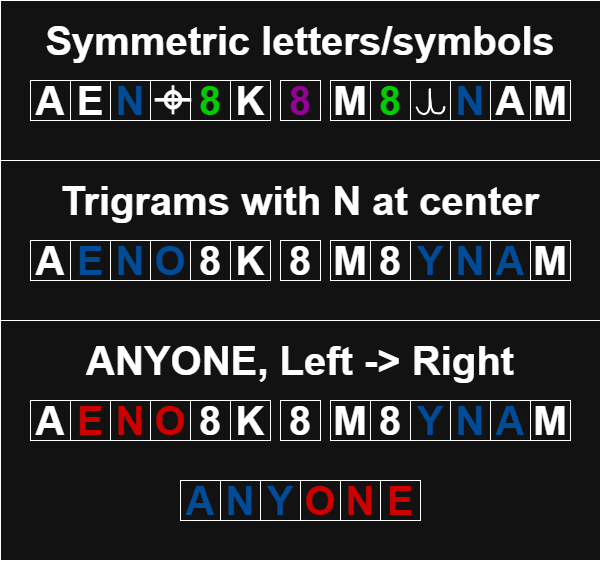
This is media/Z13_Symmetry.png from Nightlightsea/Z13_name, a draw.io export, as it was before one commit. Source tidied: cells renumbered, new cells last; positions are measured from the earlier drawing's top-left corner, leaving out a move shared by most shapes.
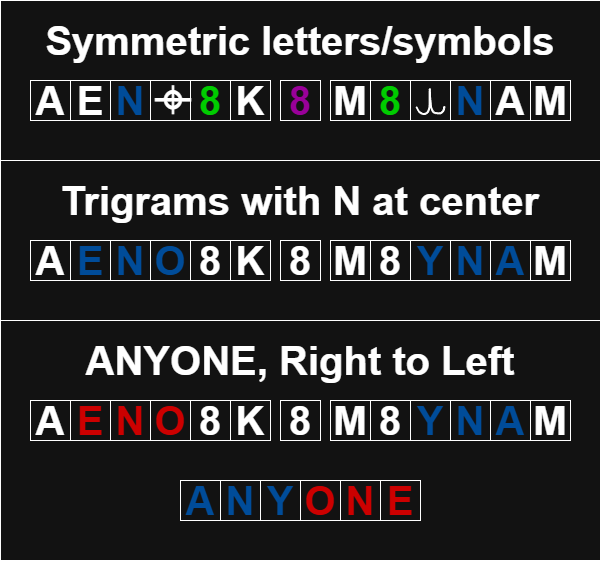
The same diagram one commit later.

What changed in the source:
```diff
@@ -131,7 +131,7 @@
     <mxCell id="44" value="M" style="text;html=1;whiteSpace=wrap;strokeColor=default;fillColor=none;align=center;verticalAlign=middle;rounded=0;fontSize=40;fontStyle=1;" parent="1" vertex="1">
       <mxGeometry x="530" y="400" width="40" height="40" as="geometry" />
     </mxCell>
-    <mxCell id="45" value="ANYONE, Left -&amp;gt; Right" style="text;html=1;whiteSpace=wrap;strokeColor=none;fillColor=none;align=center;verticalAlign=middle;rounded=0;fontSize=40;fontStyle=1;" parent="1" vertex="1">
+    <mxCell id="45" value="ANYONE, Right to Left" style="text;html=1;whiteSpace=wrap;strokeColor=none;fillColor=none;align=center;verticalAlign=middle;rounded=0;fontSize=40;fontStyle=1;" parent="1" vertex="1">
       <mxGeometry x="30" y="340" width="540" height="40" as="geometry" />
     </mxCell>
     <mxCell id="46" value="Y" style="text;html=1;whiteSpace=wrap;strokeColor=default;fillColor=none;align=center;verticalAlign=middle;rounded=0;fontSize=40;fontStyle=1;fontColor=#004C99;" parent="1" vertex="1">
```
